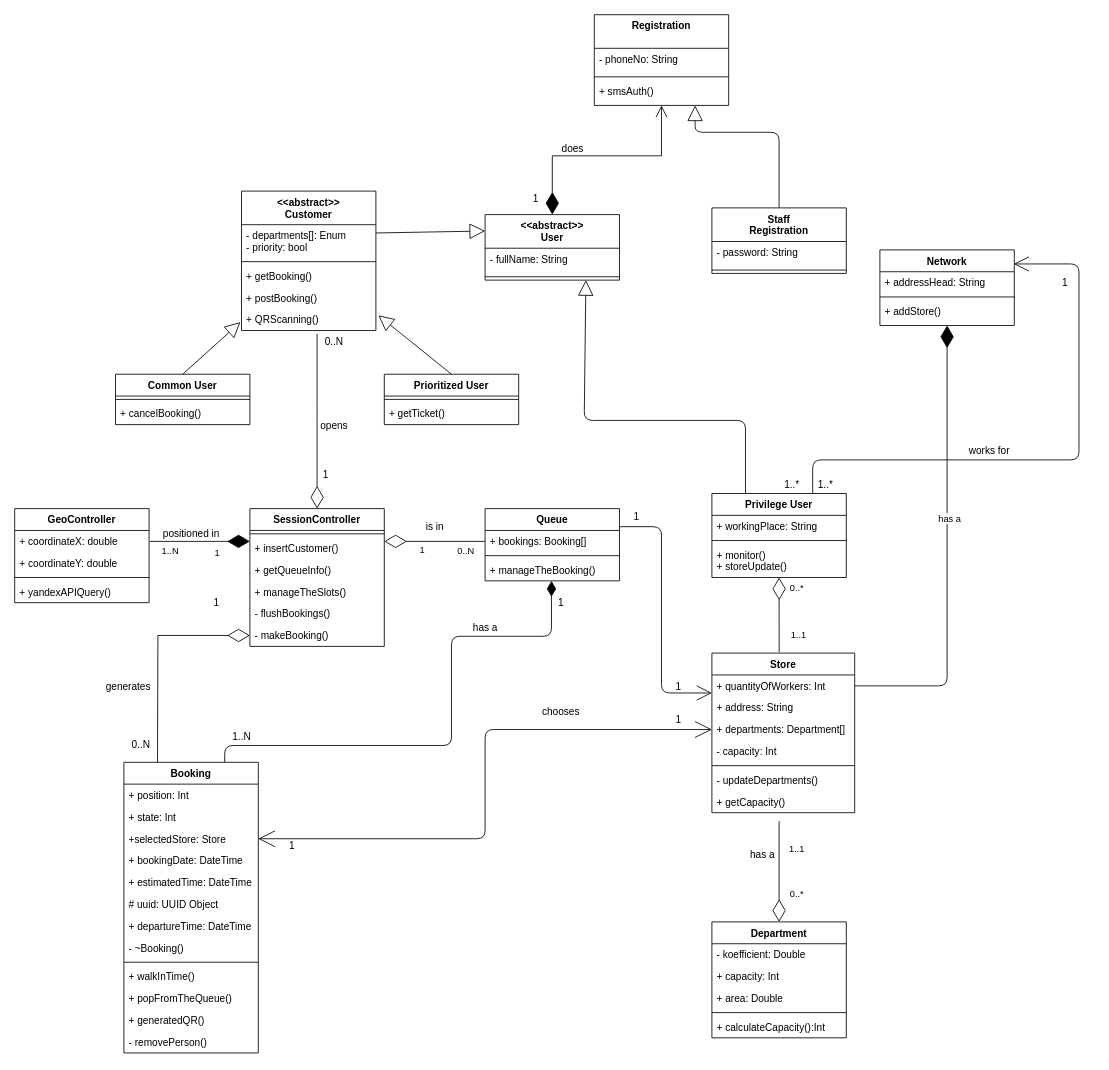
serynabatov/NabatovRozovShchukhlyi keeps this draw.io diagram as R&DD/Class.drawio. Above is the earlier version. Source tidied: cells renumbered, new cells numbered last; positions are measured from the earlier drawing's top-left corner, leaving out a move shared by most shapes. Both pictures are drawn from the tidied source at 84%, with x=0, y=0 at pixel (14, 14).
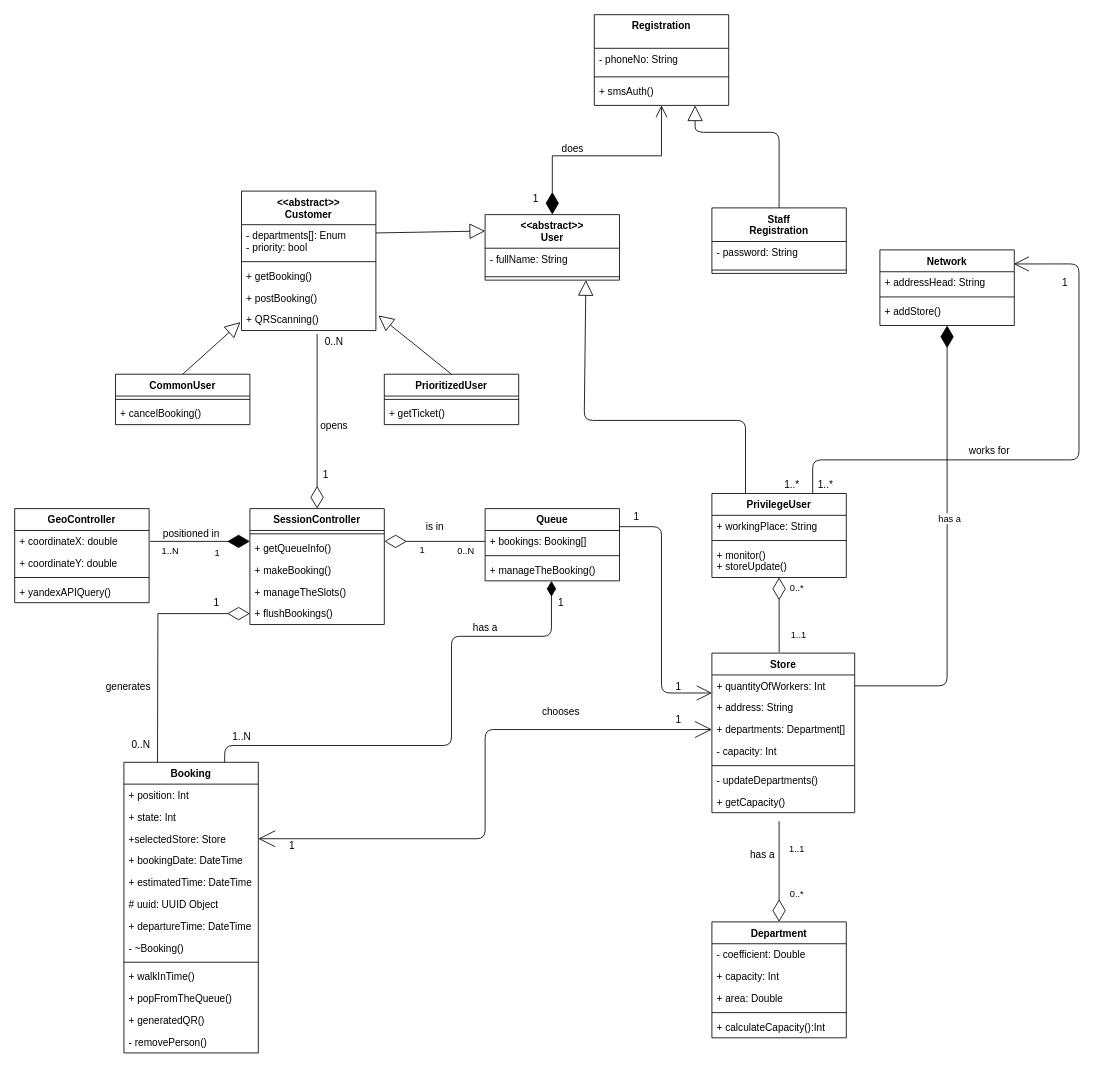
The same page after the edit.

Commit message (it also covers changes not shown here):
Class diagram v1.3

The change refers to these unchanged cells:
```xml
<mxCell id="19" value="Department&#10;" style="swimlane;fontStyle=1;align=center;verticalAlign=top;horizontal=1;startSize=26;" parent="1" vertex="1">
  <mxGeometry x="830" y="1080" width="160" height="138" as="geometry" />
</mxCell>
```

Change to the diagram source:
```diff
@@
-    <mxCell id="7" value="Privilege User" style="swimlane;fontStyle=1;align=center;verticalAlign=top;horizontal=1;startSize=26;" parent="1" vertex="1">
+    <mxCell id="7" value="PrivilegeUser" style="swimlane;fontStyle=1;align=center;verticalAlign=top;horizontal=1;startSize=26;" parent="1" vertex="1">
       <mxGeometry x="830" y="570" width="160" height="100" as="geometry" />
     </mxCell>
@@
-    <mxCell id="20" value="- koefficient: Double" style="text;strokeColor=none;fillColor=none;align=left;verticalAlign=top;spacingLeft=4;spacingRight=4;overflow=hidden;" parent="19" vertex="1">
+    <mxCell id="20" value="- coefficient: Double" style="text;strokeColor=none;fillColor=none;align=left;verticalAlign=top;spacingLeft=4;spacingRight=4;overflow=hidden;" parent="19" vertex="1">
       <mxGeometry y="26" width="160" height="26" as="geometry" />
     </mxCell>
@@
-    <mxCell id="25" value="Common User" style="swimlane;fontStyle=1;align=center;verticalAlign=top;horizontal=1;startSize=26;" parent="1" vertex="1">
+    <mxCell id="25" value="CommonUser" style="swimlane;fontStyle=1;align=center;verticalAlign=top;horizontal=1;startSize=26;" parent="1" vertex="1">
       <mxGeometry x="120" y="428" width="160" height="60" as="geometry" />
     </mxCell>
@@
-    <mxCell id="28" value="Prioritized User" style="swimlane;fontStyle=1;align=center;verticalAlign=top;horizontal=1;startSize=26;" parent="1" vertex="1">
+    <mxCell id="28" value="PrioritizedUser" style="swimlane;fontStyle=1;align=center;verticalAlign=top;horizontal=1;startSize=26;" parent="1" vertex="1">
       <mxGeometry x="440" y="428" width="160" height="60" as="geometry" />
     </mxCell>
@@
     <mxCell id="32" value="SessionController" style="swimlane;fontStyle=1;align=center;verticalAlign=top;horizontal=1;startSize=26;" parent="1" vertex="1">
-      <mxGeometry x="280" y="588" width="160" height="164" as="geometry" />
+      <mxGeometry x="280" y="588" width="160" height="138" as="geometry" />
     </mxCell>
@@
-    <mxCell id="34" value="+ insertCustomer()" style="text;strokeColor=none;fillColor=none;align=left;verticalAlign=top;spacingLeft=4;spacingRight=4;overflow=hidden;" parent="32" vertex="1">
-      <mxGeometry y="34" width="160" height="26" as="geometry" />
-    </mxCell>
     <mxCell id="35" value="+ getQueueInfo()" style="text;strokeColor=none;fillColor=none;align=left;verticalAlign=top;spacingLeft=4;spacingRight=4;overflow=hidden;" parent="32" vertex="1">
-      <mxGeometry y="60" width="160" height="26" as="geometry" />
+      <mxGeometry y="34" width="160" height="26" as="geometry" />
     </mxCell>
+    <mxCell id="38" value="+ makeBooking()" style="text;strokeColor=none;fillColor=none;align=left;verticalAlign=top;spacingLeft=4;spacingRight=4;overflow=hidden;points=[[0,0.5],[1,0.5]];portConstraint=eastwest;" parent="32" vertex="1">
+      <mxGeometry y="60" width="160" height="26" as="geometry" />
+    </mxCell>
@@
-    <mxCell id="37" value="- flushBookings()" style="text;strokeColor=none;fillColor=none;align=left;verticalAlign=top;spacingLeft=4;spacingRight=4;overflow=hidden;points=[[0,0.5],[1,0.5]];portConstraint=eastwest;" parent="32" vertex="1">
+    <mxCell id="37" value="+ flushBookings()" style="text;strokeColor=none;fillColor=none;align=left;verticalAlign=top;spacingLeft=4;spacingRight=4;overflow=hidden;points=[[0,0.5],[1,0.5]];portConstraint=eastwest;" parent="32" vertex="1">
       <mxGeometry y="112" width="160" height="26" as="geometry" />
     </mxCell>
-    <mxCell id="38" value="- makeBooking()" style="text;strokeColor=none;fillColor=none;align=left;verticalAlign=top;spacingLeft=4;spacingRight=4;overflow=hidden;points=[[0,0.5],[1,0.5]];portConstraint=eastwest;" parent="32" vertex="1">
-      <mxGeometry y="138" width="160" height="26" as="geometry" />
-    </mxCell>
@@
-    <mxCell id="118" style="edgeStyle=orthogonalEdgeStyle;rounded=0;jettySize=auto;html=1;exitX=0.25;exitY=0;exitDx=0;exitDy=0;entryX=0;entryY=0.5;entryDx=0;entryDy=0;endArrow=diamondThin;endFill=0;endSize=24;" parent="1" edge="1" target="38">
+    <mxCell id="118" style="edgeStyle=orthogonalEdgeStyle;rounded=0;jettySize=auto;html=1;exitX=0.25;exitY=0;exitDx=0;exitDy=0;endArrow=diamondThin;endFill=0;endSize=24;entryX=0;entryY=0.5;entryDx=0;entryDy=0;" parent="1" edge="1" target="37">
       <mxGeometry relative="1" as="geometry">
         <mxPoint x="170" y="890" as="sourcePoint" />
       </mxGeometry>
     </mxCell>
```
